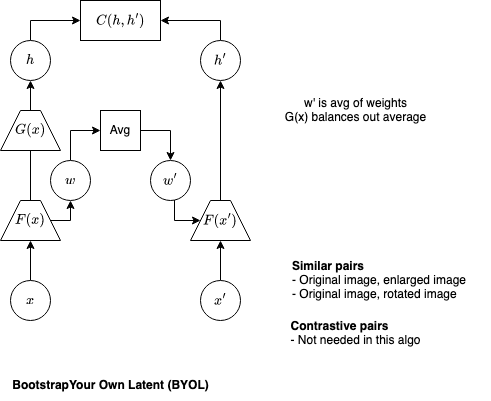
Before: machine_learning/diagrams/byol.drawio.png, a diagram exported from draw.io (analytiq-hub/sigagent.github.io). Source tidied: cells renumbered, new cells last; positions are measured from the earlier drawing's top-left corner, leaving out a move shared by most shapes.
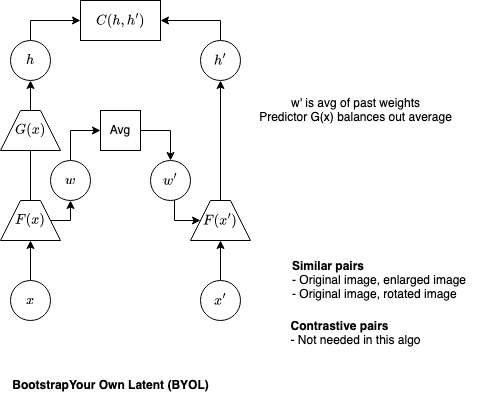
After the change.

The edit, as a diff of the source:
```diff
@@ -99,8 +99,8 @@
         <mxPoint x="30" y="200" as="sourcePoint" />
       </mxGeometry>
     </mxCell>
-    <mxCell id="28" value="&lt;div&gt;w' is avg of weights&lt;/div&gt;&lt;div&gt;G(x) balances out average&lt;br&gt;&lt;/div&gt;" style="text;html=1;align=center;verticalAlign=middle;strokeColor=none;fillColor=none;" parent="1" vertex="1">
-      <mxGeometry x="275" y="90" width="160" height="40" as="geometry" />
+    <mxCell id="28" value="&lt;div&gt;w' is avg of past weights&lt;/div&gt;&lt;div&gt;Predictor G(x) balances out average&lt;br&gt;&lt;/div&gt;" style="text;html=1;align=center;verticalAlign=middle;strokeColor=none;fillColor=none;" parent="1" vertex="1">
+      <mxGeometry x="245" y="90" width="220" height="40" as="geometry" />
     </mxCell>
   </root>
 </mxGraphModel>
```
